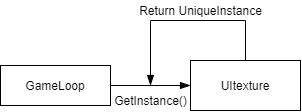
Earlier version of the draw.io export image_class_diagram_Unity_UItextureSingleton.png (DodoCafe/NTUT2020SpringDesignPatternFinalProject). Source tidied: cells renumbered, new cells last; positions are measured from the earlier drawing's top-left corner, leaving out a move shared by most shapes.
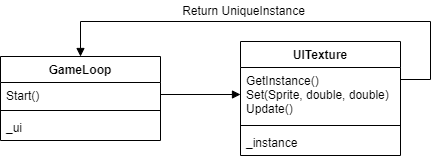
After the commit.

Commit message:
[Feature] Update Unity Singleton class diagram

The edit, as a diff of the source:
```diff
@@ -2,29 +2,44 @@
   <root>
     <mxCell id="0" />
     <mxCell id="1" parent="0" />
-    <mxCell id="2" style="edgeStyle=orthogonalEdgeStyle;rounded=0;jettySize=auto;html=1;startArrow=none;startFill=0;startSize=9;endArrow=blockThin;endFill=1;endSize=8;targetPerimeterSpacing=0;" parent="1" edge="1" source="3" target="5">
-      <mxGeometry relative="1" as="geometry" />
-    </mxCell>
+    <mxCell id="8" value="UITexture" style="swimlane;fontStyle=1;align=center;verticalAlign=top;horizontal=1;startSize=26;" parent="1" vertex="1">
+      <mxGeometry x="50" y="-33" width="160" height="114" as="geometry" />
+    </mxCell>
+    <mxCell id="9" value="GetInstance()&#10;Set(Sprite, double, double)&#10;Update()" style="text;strokeColor=none;fillColor=none;align=left;verticalAlign=top;spacingLeft=4;spacingRight=4;overflow=hidden;points=[[0,0.5],[1,0.5]];portConstraint=eastwest;" parent="8" vertex="1">
+      <mxGeometry y="26" width="160" height="54" as="geometry" />
+    </mxCell>
+    <mxCell id="10" style="line;strokeWidth=1;fillColor=none;align=left;verticalAlign=middle;spacingTop=-1;spacingLeft=3;spacingRight=3;labelPosition=right;" parent="8" vertex="1">
+      <mxGeometry y="80" width="160" height="8" as="geometry" />
+    </mxCell>
+    <mxCell id="11" value="_instance" style="text;strokeColor=none;fillColor=none;align=left;verticalAlign=top;spacingLeft=4;spacingRight=4;overflow=hidden;" parent="8" vertex="1">
+      <mxGeometry y="88" width="160" height="26" as="geometry" />
+    </mxCell>
+    <mxCell id="12" style="edgeStyle=orthogonalEdgeStyle;rounded=0;jettySize=auto;html=1;entryX=0.5;entryY=0;entryDx=0;entryDy=0;endArrow=block;endFill=1;" parent="1" edge="1" source="9" target="3">
+      <mxGeometry relative="1" as="geometry">
+        <Array as="points">
+          <mxPoint x="240" y="5" />
+          <mxPoint x="240" y="-53" />
+          <mxPoint x="-110" y="-53" />
+        </Array>
+      </mxGeometry>
+    </mxCell>
+    <mxCell id="6" value="Return UniqueInstance" style="text;html=1;align=center;verticalAlign=middle;" parent="1" vertex="1">
+      <mxGeometry x="-17" y="-74" width="140" height="20" as="geometry" />
+    </mxCell>
+    <mxCell id="13" style="edgeStyle=orthogonalEdgeStyle;rounded=0;jettySize=auto;html=1;entryX=0;entryY=0.5;entryDx=0;entryDy=0;endArrow=block;endFill=1;" parent="1" edge="1" source="14" target="9">
+      <mxGeometry relative="1" as="geometry" />
+    </mxCell>
-    <mxCell id="3" value="GameLoop" style="whiteSpace=wrap;html=1;" parent="1" vertex="1">
-      <mxGeometry y="65" width="110" height="40" as="geometry" />
+    <mxCell id="3" value="GameLoop" style="swimlane;fontStyle=1;align=center;verticalAlign=top;horizontal=1;startSize=26;" parent="1" vertex="1">
+      <mxGeometry x="-190" y="-18" width="160" height="84" as="geometry" />
     </mxCell>
-    <mxCell id="4" style="edgeStyle=orthogonalEdgeStyle;rounded=0;jettySize=auto;html=1;startArrow=none;startFill=0;startSize=9;endArrow=blockThin;endFill=1;endSize=8;targetPerimeterSpacing=0;" parent="1" edge="1" source="5">
-      <mxGeometry relative="1" as="geometry">
-        <mxPoint x="150" y="85" as="targetPoint" />
-        <Array as="points">
-          <mxPoint x="245" y="20" />
-          <mxPoint x="150" y="20" />
-        </Array>
-      </mxGeometry>
-    </mxCell>
-    <mxCell id="5" value="UItexture" style="whiteSpace=wrap;html=1;" parent="1" vertex="1">
-      <mxGeometry x="190" y="60" width="110" height="50" as="geometry" />
-    </mxCell>
-    <mxCell id="6" value="Return UniqueInstance" style="text;html=1;align=center;verticalAlign=middle;" parent="1" vertex="1">
-      <mxGeometry x="130" width="140" height="20" as="geometry" />
-    </mxCell>
-    <mxCell id="7" value="GetInstance()" style="text;html=1;align=center;verticalAlign=middle;" parent="1" vertex="1">
-      <mxGeometry x="105" y="90" width="90" height="20" as="geometry" />
-    </mxCell>
+    <mxCell id="14" value="Start()" style="text;strokeColor=none;fillColor=none;align=left;verticalAlign=top;spacingLeft=4;spacingRight=4;overflow=hidden;points=[[0,0.5],[1,0.5]];portConstraint=eastwest;" parent="3" vertex="1">
+      <mxGeometry y="26" width="160" height="24" as="geometry" />
+    </mxCell>
+    <mxCell id="15" style="line;strokeWidth=1;fillColor=none;align=left;verticalAlign=middle;spacingTop=-1;spacingLeft=3;spacingRight=3;labelPosition=right;" parent="3" vertex="1">
+      <mxGeometry y="50" width="160" height="8" as="geometry" />
+    </mxCell>
+    <mxCell id="16" value="_ui" style="text;strokeColor=none;fillColor=none;align=left;verticalAlign=top;spacingLeft=4;spacingRight=4;overflow=hidden;" parent="3" vertex="1">
+      <mxGeometry y="58" width="160" height="26" as="geometry" />
+    </mxCell>
   </root>
 </mxGraphModel>
```
